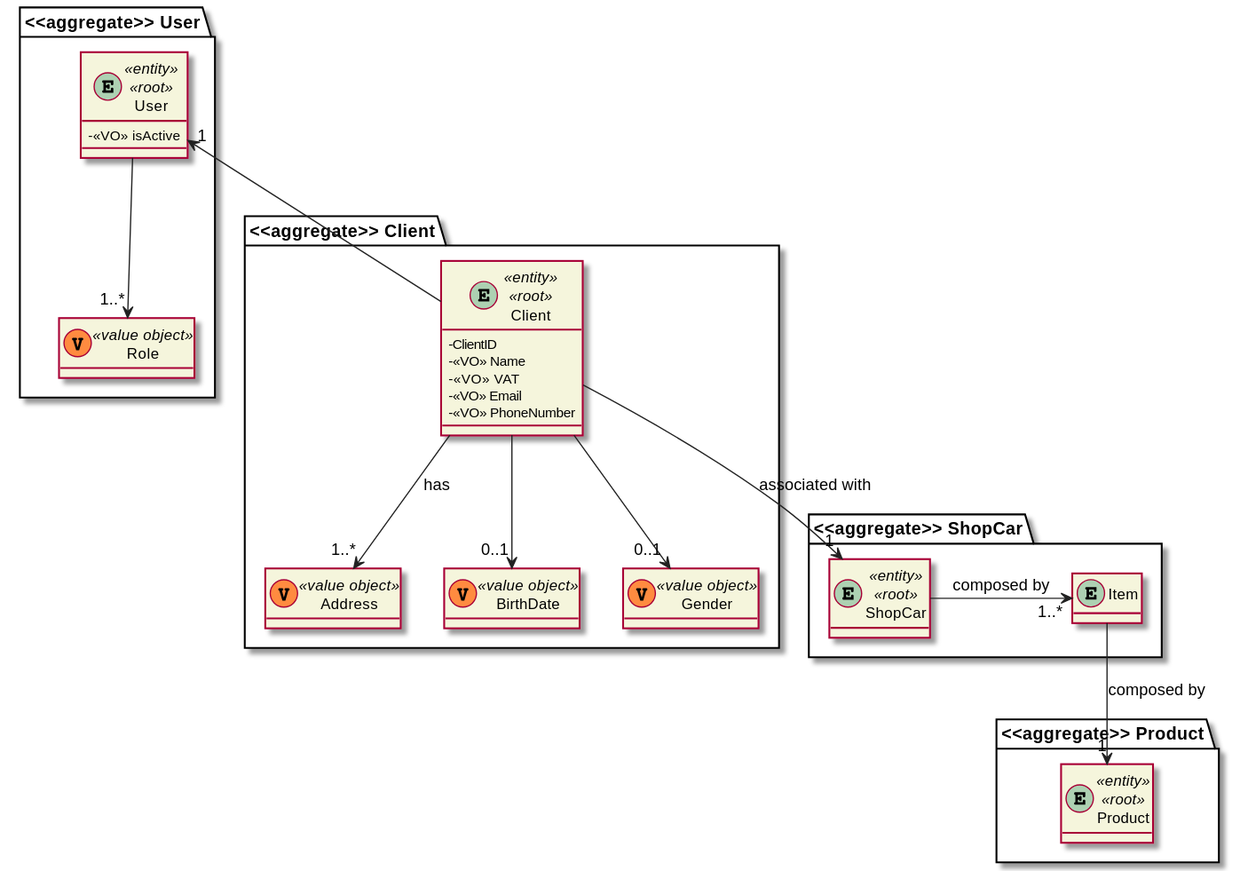
Earlier version of the PlantUML export docs/1201518/US1501/DM_AddProductShoppingCart.svg (ana-albergaria/LAPR4-ISEP). Source of this version:
```plantuml
@startuml

skinparam classAttributeIconSize 0
hide empty attributes
skinparam classBackgroundColor beige
skinparam ArrowColor #222222

package "<<aggregate>> User" {
    entity User
    class Role
}

entity User <<entity>> <<root>> {
    - <<VO>> isActive
}

class Role <<(V,#FF8B40) value object>> {}

package "<<aggregate>> Client" {
    entity Client
    class Address
    class BirthDate
    class Gender
}

entity Client <<entity>> <<root>> {
    - ClientID
    - <<VO>> Name
    - <<VO>> VAT
    - <<VO>> Email
    - <<VO>> PhoneNumber
}

package "<<aggregate>> ShopCar"{
    entity ShopCar
    entity Item
}

entity ShopCar <<entity>> <<root>>{}

package "<<aggregate>> Product"{
     entity Product
}

entity Product <<entity>> <<root>> {}

class BirthDate <<(V,#FF8B40) value object>> {}
class Gender <<(V,#FF8B40) value object>> {}
class Address <<(V,#FF8B40) value object>> {}

User "1" <-- Client

Client --> "1..*" Address : has
Client --> "0..1" BirthDate
Client --> "0..1" Gender

User --> "1..*" Role

ShopCar -> "1..*" Item : composed by
Client --> "1" ShopCar : associated with
Item --> "1" Product : composed by

@enduml
```
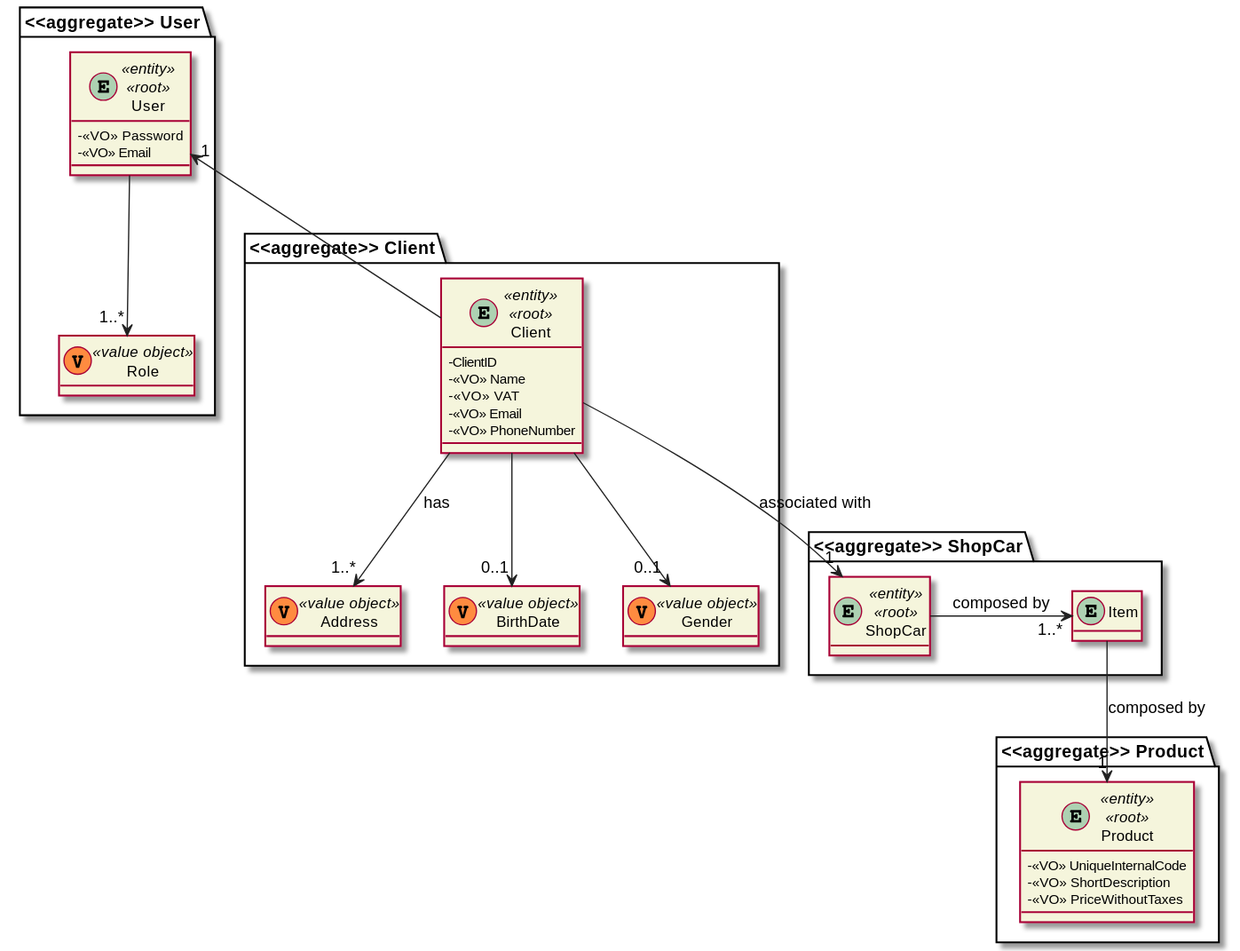
After the commit.

The edit, as a diff of the source:
```diff
@@ -11,7 +11,8 @@
 }
 
 entity User <<entity>> <<root>> {
-    - <<VO>> isActive
+    - <<VO>> Password
+    - <<VO>> Email
 }
 
 class Role <<(V,#FF8B40) value object>> {}
@@ -48,6 +49,12 @@
 class Gender <<(V,#FF8B40) value object>> {}
 class Address <<(V,#FF8B40) value object>> {}
 
+entity Product <<entity>> <<root>> {
+    -<<VO>> UniqueInternalCode
+    -<<VO>> ShortDescription
+    -<<VO>> PriceWithoutTaxes
+}
+
 User "1" <-- Client
 
 Client --> "1..*" Address : has
```
